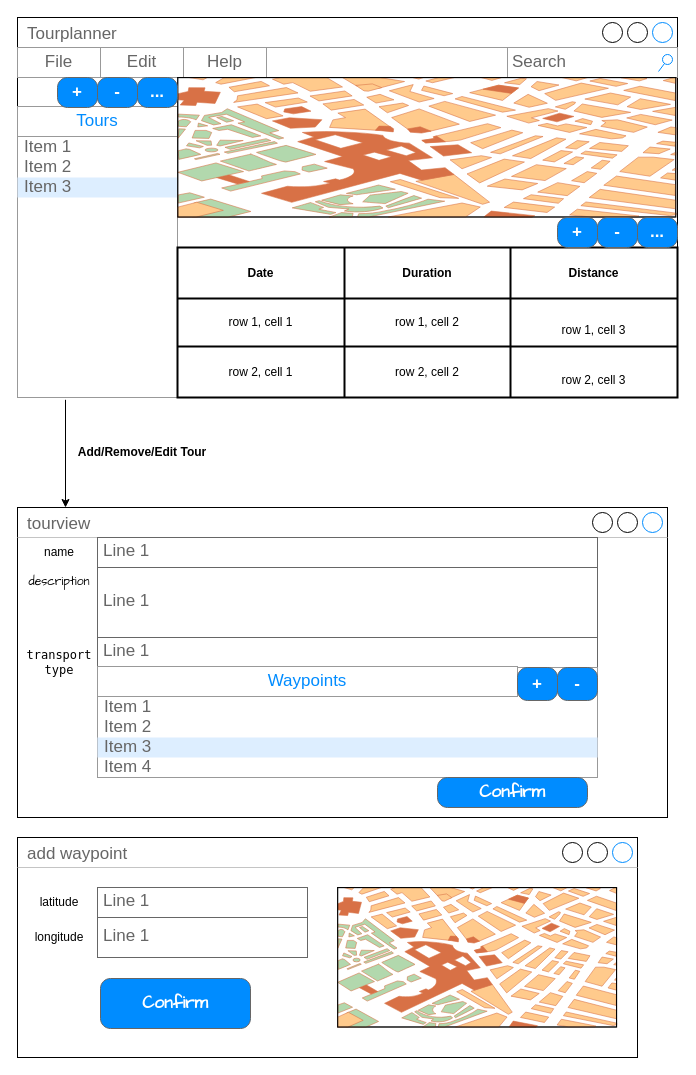
GerritKreuzer/Tourplanner keeps this draw.io diagram as wireframe.drawio. Above is the earlier version. Source tidied: cells renumbered, new cells numbered last; positions are measured from the earlier drawing's top-left corner, leaving out a move shared by most shapes. Both pictures are drawn from the tidied source at 100%, with x=0, y=0 at pixel (17, 17).
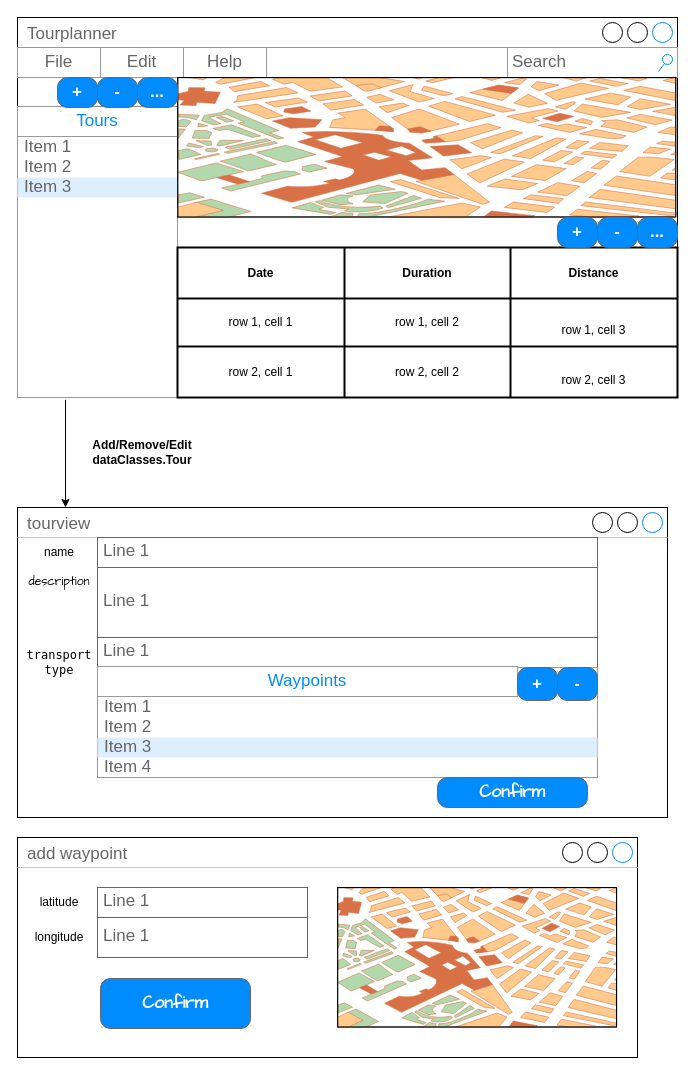
Above is the later version.

Diff of the diagram source:
```diff
@@
-    <mxCell id="34" value="&lt;b&gt;Add/Remove/Edit Tour&lt;br&gt;&lt;/b&gt;" style="text;html=1;strokeColor=none;fillColor=none;align=center;verticalAlign=middle;whiteSpace=wrap;rounded=0;" parent="1" vertex="1">
+    <mxCell id="34" value="&lt;b&gt;Add/Remove/Edit dataClasses.Tour&lt;br&gt;&lt;/b&gt;" style="text;html=1;strokeColor=none;fillColor=none;align=center;verticalAlign=middle;whiteSpace=wrap;rounded=0;" parent="1" vertex="1">
       <mxGeometry x="50" y="420" width="150" height="30" as="geometry" />
     </mxCell>
```
